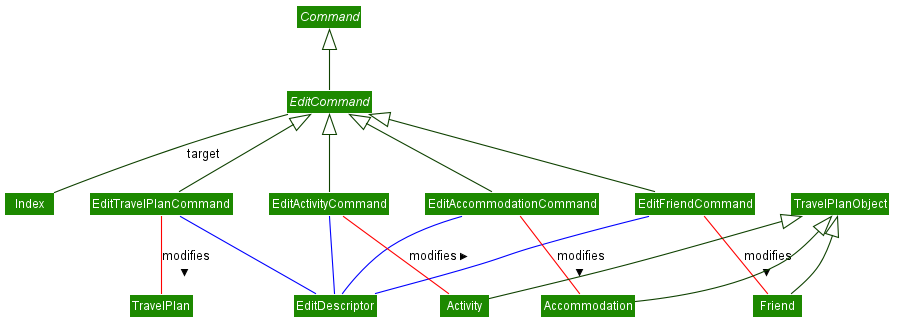
Earlier version of the PlantUML export docs/images/EditCommandClassDiagram.png (underthehai/tp). Its source is kept beside it as docs/diagrams/EditCommandClassDiagram.puml.
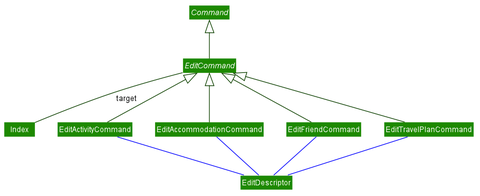
The same diagram one commit later.

Diff of the diagram source:
```diff
@@ -25,16 +25,6 @@
 EditTravelPlanCommand -[#blue]- EditDescriptor
 
 
-EditAccommodationCommand -[#red]- Accommodation :modifies >
-EditActivityCommand -[#red]- Activity :modifies >
-EditFriendCommand -[#red]- Friend :modifies >
-EditTravelPlanCommand -[#red]- TravelPlan :modifies >
-
-Class TravelPlan
-TravelPlanObject <|-- Accommodation
-TravelPlanObject <|-- Friend
-TravelPlanObject <|-- Activity
-
 
 
 @enduml
```
